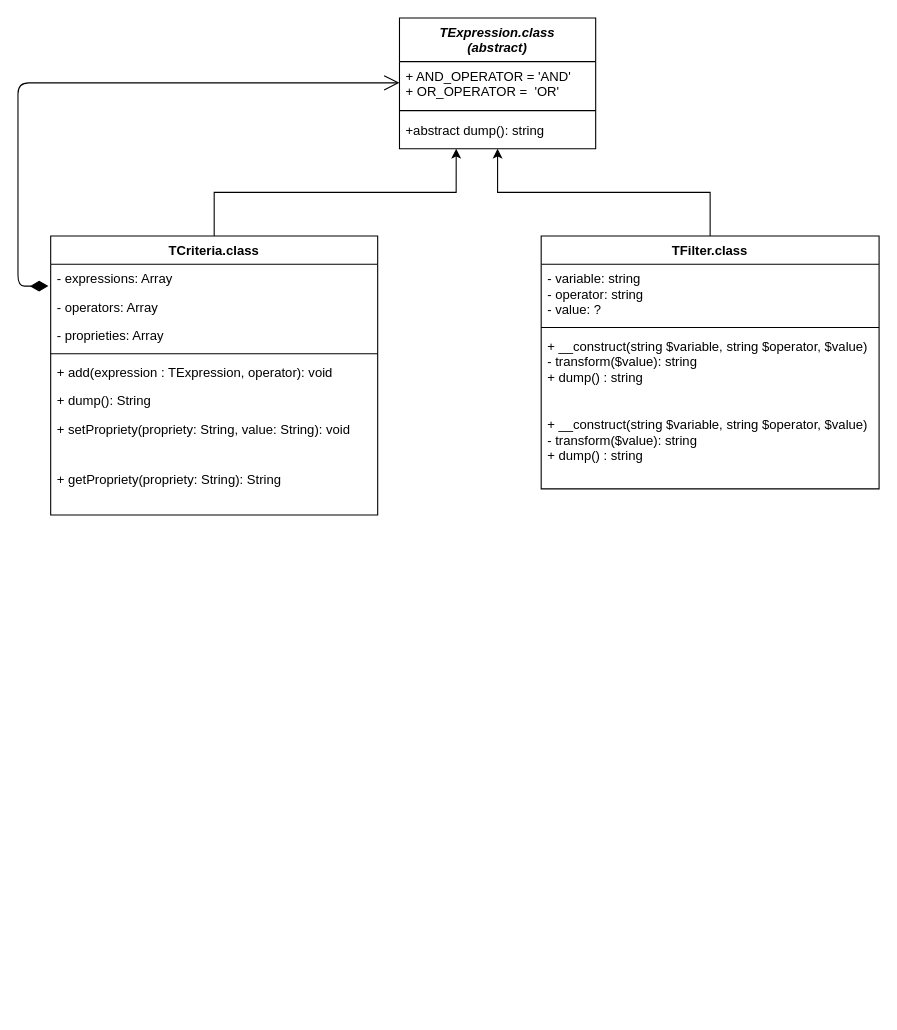
This is Designer_Pattern_ADO.drawio from heitorzunta/estudo_designer_pattern_ADO_PHP, a draw.io file, before an edit. Source tidied: cells renumbered, new cells numbered last; positions are measured from the earlier drawing's top-left corner, leaving out a move shared by most shapes. Both pictures are drawn from the tidied source at 109%, with x=0, y=0 at pixel (17, 17).
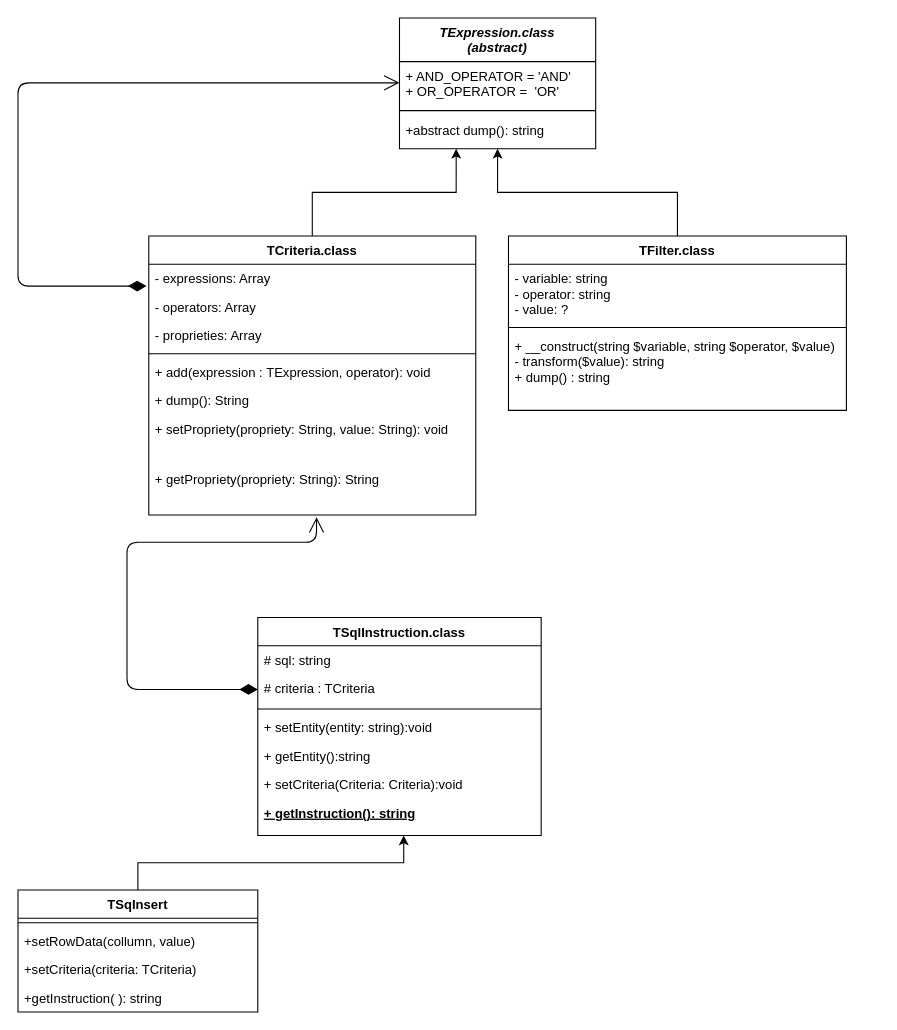
The same page after the edit.

The change refers to these unchanged cells:
```xml
<mxCell id="21" value="+ getPropriety(propriety: String): String" style="text;strokeColor=none;fillColor=none;align=left;verticalAlign=top;spacingLeft=4;spacingRight=4;overflow=hidden;points=[[0,0.5],[1,0.5]];portConstraint=eastwest;" parent="13" vertex="1">
  <mxGeometry y="210" width="300" height="46" as="geometry" />
</mxCell>
```

The edit, as a diff of the source:
```diff
@@
     <mxCell id="7" value="TFilter.class" style="swimlane;fontStyle=1;align=center;verticalAlign=top;horizontal=1;startSize=26;" parent="1" vertex="1">
-      <mxGeometry x="480" y="200" width="310" height="232" as="geometry" />
+      <mxGeometry x="450" y="200" width="310" height="160" as="geometry" />
     </mxCell>
@@
-    <mxCell id="10" value="+ __construct(string $variable, string $operator, $value)&#10;- transform($value): string&#10;+ dump() : string" style="text;strokeColor=none;fillColor=none;align=left;verticalAlign=top;spacingLeft=4;spacingRight=4;overflow=hidden;" parent="7" vertex="1">
-      <mxGeometry y="88" width="310" height="72" as="geometry" />
-    </mxCell>
     <mxCell id="11" value="+ __construct(string $variable, string $operator, $value)&#10;- transform($value): string&#10;+ dump() : string" style="text;strokeColor=none;fillColor=none;align=left;verticalAlign=top;spacingLeft=4;spacingRight=4;overflow=hidden;" parent="7" vertex="1">
-      <mxGeometry y="160" width="310" height="72" as="geometry" />
+      <mxGeometry y="88" width="310" height="72" as="geometry" />
     </mxCell>
@@
     <mxCell id="13" value="TCriteria.class" style="swimlane;fontStyle=1;align=center;verticalAlign=top;horizontal=1;startSize=26;" parent="1" vertex="1">
-      <mxGeometry x="30" y="200" width="300" height="256" as="geometry" />
+      <mxGeometry x="120" y="200" width="300" height="256" as="geometry" />
     </mxCell>
@@
+    <mxCell id="23" value="TSqlInstruction.class" style="swimlane;fontStyle=1;align=center;verticalAlign=top;horizontal=1;startSize=26;" parent="1" vertex="1">
+      <mxGeometry x="220" y="550" width="260" height="200" as="geometry" />
+    </mxCell>
+    <mxCell id="24" value="# sql: string" style="text;strokeColor=none;fillColor=none;align=left;verticalAlign=top;spacingLeft=4;spacingRight=4;overflow=hidden;" parent="23" vertex="1">
+      <mxGeometry y="26" width="260" height="26" as="geometry" />
+    </mxCell>
+    <mxCell id="25" value="# criteria : TCriteria" style="text;strokeColor=none;fillColor=none;align=left;verticalAlign=top;spacingLeft=4;spacingRight=4;overflow=hidden;points=[[0,0.5],[1,0.5]];portConstraint=eastwest;" parent="23" vertex="1">
+      <mxGeometry y="52" width="260" height="28" as="geometry" />
+    </mxCell>
+    <mxCell id="26" style="line;strokeWidth=1;fillColor=none;align=left;verticalAlign=middle;spacingTop=-1;spacingLeft=3;spacingRight=3;labelPosition=right;" parent="23" vertex="1">
+      <mxGeometry y="80" width="260" height="8" as="geometry" />
+    </mxCell>
+    <mxCell id="27" value="+ setEntity(entity: string):void" style="text;strokeColor=none;fillColor=none;align=left;verticalAlign=top;spacingLeft=4;spacingRight=4;overflow=hidden;" parent="23" vertex="1">
+      <mxGeometry y="88" width="260" height="26" as="geometry" />
+    </mxCell>
+    <mxCell id="28" value="+ getEntity():string" style="text;strokeColor=none;fillColor=none;align=left;verticalAlign=top;spacingLeft=4;spacingRight=4;overflow=hidden;" parent="23" vertex="1">
+      <mxGeometry y="114" width="260" height="26" as="geometry" />
+    </mxCell>
+    <mxCell id="29" value="+ setCriteria(Criteria: Criteria):void" style="text;strokeColor=none;fillColor=none;align=left;verticalAlign=top;spacingLeft=4;spacingRight=4;overflow=hidden;" parent="23" vertex="1">
+      <mxGeometry y="140" width="260" height="26" as="geometry" />
+    </mxCell>
+    <mxCell id="30" value="+ getInstruction(): string" style="text;strokeColor=none;fillColor=none;align=left;verticalAlign=top;spacingLeft=4;spacingRight=4;overflow=hidden;points=[[0,0.5],[1,0.5]];portConstraint=eastwest;fontStyle=5;" parent="23" vertex="1">
+      <mxGeometry y="166" width="260" height="34" as="geometry" />
+    </mxCell>
+    <mxCell id="31" style="endArrow=open;html=1;endSize=12;startArrow=diamondThin;startSize=14;startFill=1;edgeStyle=orthogonalEdgeStyle;align=left;verticalAlign=bottom;exitX=0;exitY=0.5;exitDx=0;exitDy=0;entryX=0.513;entryY=1.043;entryDx=0;entryDy=0;entryPerimeter=0;" parent="1" edge="1" source="25" target="21">
+      <mxGeometry x="-1" y="3" relative="1" as="geometry">
+        <Array as="points">
+          <mxPoint x="100" y="616" />
+          <mxPoint x="100" y="481" />
+          <mxPoint x="274" y="481" />
+        </Array>
+      </mxGeometry>
+    </mxCell>
+    <mxCell id="32" style="edgeStyle=orthogonalEdgeStyle;rounded=0;jettySize=auto;html=1;entryX=0.515;entryY=1;entryDx=0;entryDy=0;entryPerimeter=0;" parent="1" edge="1" source="33" target="30">
+      <mxGeometry relative="1" as="geometry" />
+    </mxCell>
+    <mxCell id="33" value="TSqInsert" style="swimlane;fontStyle=1;align=center;verticalAlign=top;horizontal=1;startSize=26;" parent="1" vertex="1">
+      <mxGeometry y="800" width="220" height="112" as="geometry" />
+    </mxCell>
+    <mxCell id="34" style="line;strokeWidth=1;fillColor=none;align=left;verticalAlign=middle;spacingTop=-1;spacingLeft=3;spacingRight=3;labelPosition=right;" parent="33" vertex="1">
+      <mxGeometry y="26" width="220" height="8" as="geometry" />
+    </mxCell>
+    <mxCell id="35" value="+setRowData(collumn, value)" style="text;strokeColor=none;fillColor=none;align=left;verticalAlign=top;spacingLeft=4;spacingRight=4;overflow=hidden;" parent="33" vertex="1">
+      <mxGeometry y="34" width="220" height="26" as="geometry" />
+    </mxCell>
+    <mxCell id="36" value="+setCriteria(criteria: TCriteria)" style="text;strokeColor=none;fillColor=none;align=left;verticalAlign=top;spacingLeft=4;spacingRight=4;overflow=hidden;" parent="33" vertex="1">
+      <mxGeometry y="60" width="220" height="26" as="geometry" />
+    </mxCell>
+    <mxCell id="37" value="+getInstruction( ): string" style="text;strokeColor=none;fillColor=none;align=left;verticalAlign=top;spacingLeft=4;spacingRight=4;overflow=hidden;" parent="33" vertex="1">
+      <mxGeometry y="86" width="220" height="26" as="geometry" />
+    </mxCell>
```
